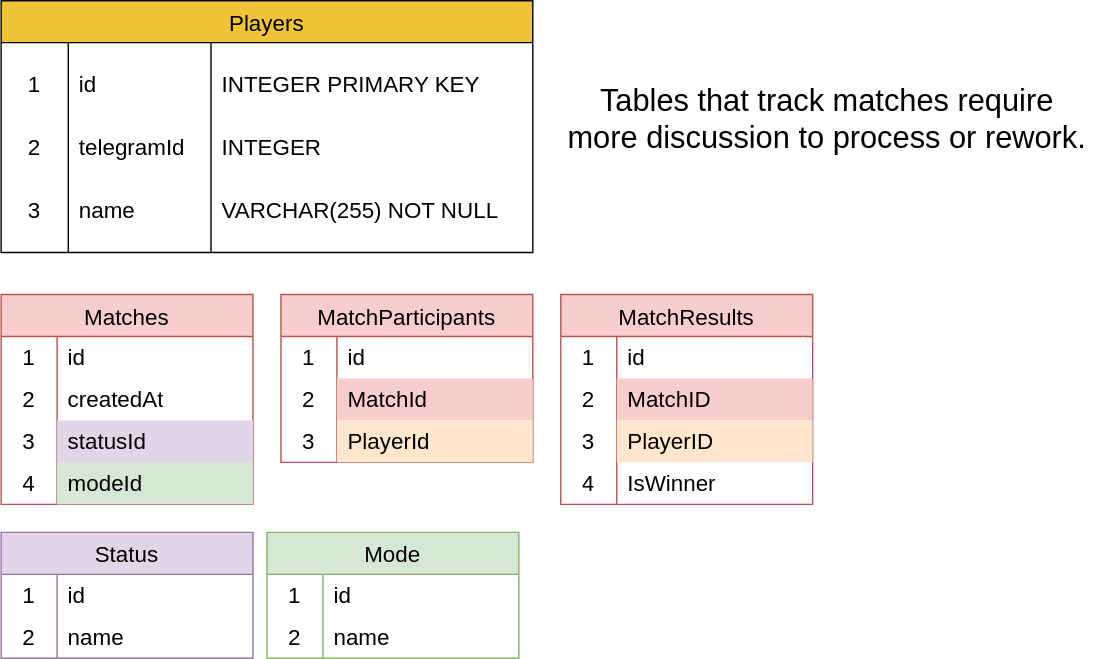
Before: documentation/telegram-tennis-db-diagram.drawio.svg, a diagram exported from draw.io (excelsiooor-apps/dream-team). Source tidied: cells renumbered, new cells last; positions are measured from the earlier drawing's top-left corner, leaving out a move shared by most shapes.
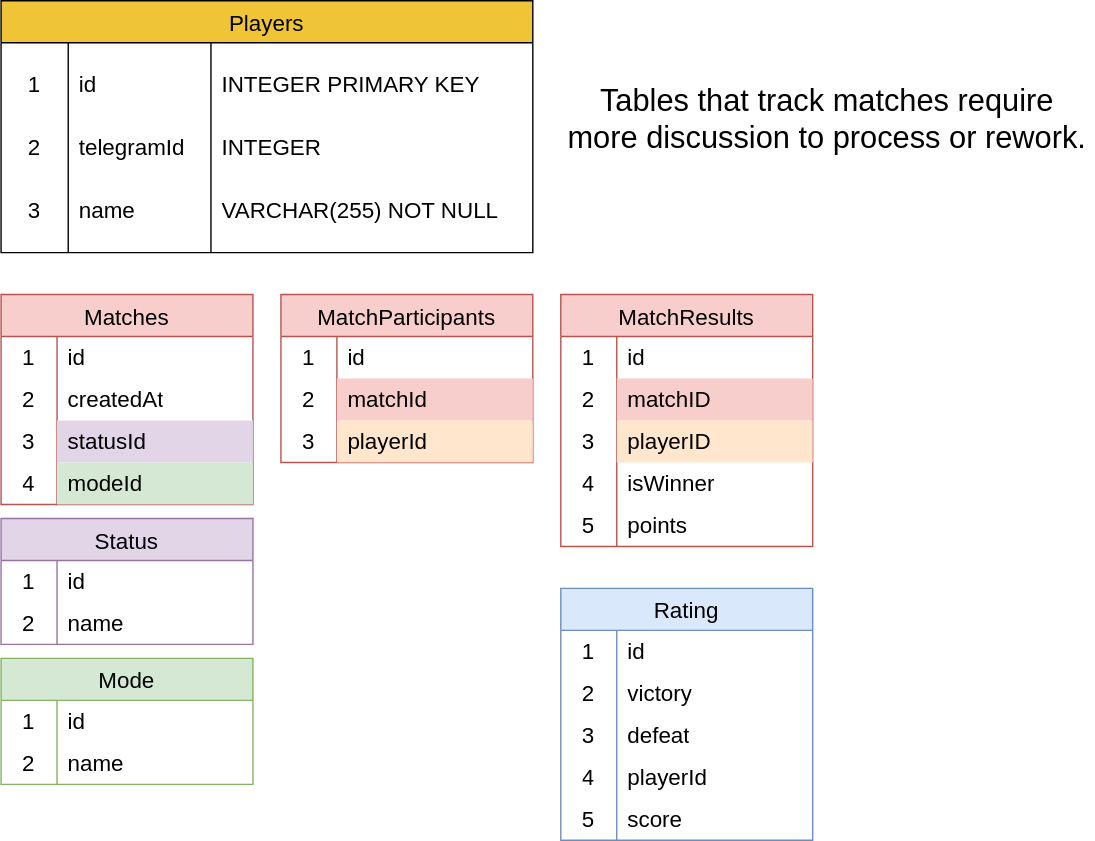
The same file after the commit.

Commit message:
addet Rating table telegram-tennis-db-diagram.drawio.svg

What changed in the source:
```diff
@@ -98,7 +98,7 @@
     <mxCell id="33" value="2" style="shape=partialRectangle;html=1;whiteSpace=wrap;fillColor=none;top=0;left=0;bottom=0;right=0;overflow=hidden;strokeColor=inherit;fontSize=16;" parent="32" vertex="1">
       <mxGeometry width="40" height="30" as="geometry" />
     </mxCell>
-    <mxCell id="34" value="MatchId" style="shape=partialRectangle;html=1;whiteSpace=wrap;fillColor=#f8cecc;top=0;left=0;bottom=0;right=0;align=left;spacingLeft=6;overflow=hidden;strokeColor=#b85450;fontSize=16;" parent="32" vertex="1">
+    <mxCell id="34" value="matchId" style="shape=partialRectangle;html=1;whiteSpace=wrap;fillColor=#f8cecc;top=0;left=0;bottom=0;right=0;align=left;spacingLeft=6;overflow=hidden;strokeColor=#b85450;fontSize=16;" parent="32" vertex="1">
       <mxGeometry x="40" width="140" height="30" as="geometry" />
     </mxCell>
     <mxCell id="35" style="shape=tableRow;horizontal=0;startSize=0;swimlaneHead=0;swimlaneBody=0;top=0;left=0;bottom=0;right=0;fillColor=none;strokeColor=inherit;fontSize=16;" parent="28" vertex="1">
@@ -107,11 +107,11 @@
     <mxCell id="36" value="3" style="shape=partialRectangle;html=1;whiteSpace=wrap;fillColor=none;top=0;left=0;bottom=0;right=0;overflow=hidden;strokeColor=inherit;fontSize=16;" parent="35" vertex="1">
       <mxGeometry width="40" height="30" as="geometry" />
     </mxCell>
-    <mxCell id="37" value="PlayerId" style="shape=partialRectangle;html=1;whiteSpace=wrap;fillColor=#ffe6cc;top=0;left=0;bottom=0;right=0;align=left;spacingLeft=6;overflow=hidden;strokeColor=#d79b00;fontSize=16;" parent="35" vertex="1">
+    <mxCell id="37" value="playerId" style="shape=partialRectangle;html=1;whiteSpace=wrap;fillColor=#ffe6cc;top=0;left=0;bottom=0;right=0;align=left;spacingLeft=6;overflow=hidden;strokeColor=#d79b00;fontSize=16;" parent="35" vertex="1">
       <mxGeometry x="40" width="140" height="30" as="geometry" />
     </mxCell>
     <mxCell id="38" value="MatchResults " style="shape=table;startSize=30;rowLines=0;fontStyle=0;strokeColor=#b85450;fontSize=16;fillColor=#f8cecc;" parent="1" vertex="1">
-      <mxGeometry x="400" y="210" width="180" height="150" as="geometry" />
+      <mxGeometry x="400" y="210" width="180" height="180" as="geometry" />
     </mxCell>
     <mxCell id="39" style="shape=tableRow;horizontal=0;startSize=0;swimlaneHead=0;swimlaneBody=0;top=0;left=0;bottom=0;right=0;fillColor=none;strokeColor=inherit;fontSize=16;" parent="38" vertex="1">
       <mxGeometry y="30" width="180" height="30" as="geometry" />
@@ -128,7 +128,7 @@
     <mxCell id="43" value="2" style="shape=partialRectangle;html=1;whiteSpace=wrap;fillColor=none;top=0;left=0;bottom=0;right=0;overflow=hidden;strokeColor=inherit;fontSize=16;" parent="42" vertex="1">
       <mxGeometry width="40" height="30" as="geometry" />
     </mxCell>
-    <mxCell id="44" value="MatchID " style="shape=partialRectangle;html=1;whiteSpace=wrap;fillColor=#f8cecc;top=0;left=0;bottom=0;right=0;align=left;spacingLeft=6;overflow=hidden;strokeColor=#b85450;fontSize=16;" parent="42" vertex="1">
+    <mxCell id="44" value="matchID " style="shape=partialRectangle;html=1;whiteSpace=wrap;fillColor=#f8cecc;top=0;left=0;bottom=0;right=0;align=left;spacingLeft=6;overflow=hidden;strokeColor=#b85450;fontSize=16;" parent="42" vertex="1">
       <mxGeometry x="40" width="140" height="30" as="geometry" />
     </mxCell>
     <mxCell id="45" style="shape=tableRow;horizontal=0;startSize=0;swimlaneHead=0;swimlaneBody=0;top=0;left=0;bottom=0;right=0;fillColor=none;strokeColor=inherit;fontSize=16;" parent="38" vertex="1">
@@ -137,7 +137,7 @@
     <mxCell id="46" value="3" style="shape=partialRectangle;html=1;whiteSpace=wrap;fillColor=none;top=0;left=0;bottom=0;right=0;overflow=hidden;strokeColor=inherit;fontSize=16;" parent="45" vertex="1">
       <mxGeometry width="40" height="30" as="geometry" />
     </mxCell>
-    <mxCell id="47" value="PlayerID " style="shape=partialRectangle;html=1;whiteSpace=wrap;fillColor=#ffe6cc;top=0;left=0;bottom=0;right=0;align=left;spacingLeft=6;overflow=hidden;strokeColor=#d79b00;fontSize=16;" parent="45" vertex="1">
+    <mxCell id="47" value="playerID " style="shape=partialRectangle;html=1;whiteSpace=wrap;fillColor=#ffe6cc;top=0;left=0;bottom=0;right=0;align=left;spacingLeft=6;overflow=hidden;strokeColor=#d79b00;fontSize=16;" parent="45" vertex="1">
       <mxGeometry x="40" width="140" height="30" as="geometry" />
     </mxCell>
     <mxCell id="48" style="shape=tableRow;horizontal=0;startSize=0;swimlaneHead=0;swimlaneBody=0;top=0;left=0;bottom=0;right=0;fillColor=none;strokeColor=inherit;fontSize=16;" parent="38" vertex="1">
@@ -146,14 +146,23 @@
     <mxCell id="49" value="4" style="shape=partialRectangle;html=1;whiteSpace=wrap;fillColor=none;top=0;left=0;bottom=0;right=0;overflow=hidden;strokeColor=inherit;fontSize=16;" parent="48" vertex="1">
       <mxGeometry width="40" height="30" as="geometry" />
     </mxCell>
-    <mxCell id="50" value="IsWinner " style="shape=partialRectangle;html=1;whiteSpace=wrap;fillColor=none;top=0;left=0;bottom=0;right=0;align=left;spacingLeft=6;overflow=hidden;strokeColor=inherit;fontSize=16;" parent="48" vertex="1">
+    <mxCell id="50" value="isWinner " style="shape=partialRectangle;html=1;whiteSpace=wrap;fillColor=none;top=0;left=0;bottom=0;right=0;align=left;spacingLeft=6;overflow=hidden;strokeColor=inherit;fontSize=16;" parent="48" vertex="1">
       <mxGeometry x="40" width="140" height="30" as="geometry" />
     </mxCell>
+    <mxCell id="66" style="shape=tableRow;horizontal=0;startSize=0;swimlaneHead=0;swimlaneBody=0;top=0;left=0;bottom=0;right=0;fillColor=none;strokeColor=inherit;fontSize=16;" parent="38" vertex="1">
+      <mxGeometry y="150" width="180" height="30" as="geometry" />
+    </mxCell>
+    <mxCell id="67" value="5" style="shape=partialRectangle;html=1;whiteSpace=wrap;fillColor=none;top=0;left=0;bottom=0;right=0;overflow=hidden;strokeColor=inherit;fontSize=16;" parent="66" vertex="1">
+      <mxGeometry width="40" height="30" as="geometry" />
+    </mxCell>
+    <mxCell id="68" value="points" style="shape=partialRectangle;html=1;whiteSpace=wrap;fillColor=none;top=0;left=0;bottom=0;right=0;align=left;spacingLeft=6;overflow=hidden;strokeColor=inherit;fontSize=16;" parent="66" vertex="1">
+      <mxGeometry x="40" width="140" height="30" as="geometry" />
+    </mxCell>
     <mxCell id="51" value="&lt;font style=&quot;font-size: 22px;&quot;&gt;Tables that track matches require more discussion to process or rework.&lt;/font&gt;" style="text;html=1;strokeColor=none;fillColor=none;align=center;verticalAlign=middle;whiteSpace=wrap;rounded=0;" parent="1" vertex="1">
       <mxGeometry x="400" y="20" width="381" height="130" as="geometry" />
     </mxCell>
     <mxCell id="52" value="Status" style="shape=table;startSize=30;rowLines=0;fontStyle=0;strokeColor=#9673a6;fontSize=16;fillColor=#e1d5e7;" parent="1" vertex="1">
-      <mxGeometry y="380" width="180" height="90" as="geometry" />
+      <mxGeometry y="370" width="180" height="90" as="geometry" />
     </mxCell>
     <mxCell id="53" style="shape=tableRow;horizontal=0;startSize=0;swimlaneHead=0;swimlaneBody=0;top=0;left=0;bottom=0;right=0;fillColor=none;strokeColor=inherit;fontSize=16;" parent="52" vertex="1">
       <mxGeometry y="30" width="180" height="30" as="geometry" />
@@ -174,7 +183,7 @@
       <mxGeometry x="40" width="140" height="30" as="geometry" />
     </mxCell>
     <mxCell id="59" value="Mode" style="shape=table;startSize=30;rowLines=0;fontStyle=0;strokeColor=#82b366;fontSize=16;fillColor=#d5e8d4;" parent="1" vertex="1">
-      <mxGeometry x="190" y="380" width="180" height="90" as="geometry" />
+      <mxGeometry y="470" width="180" height="90" as="geometry" />
     </mxCell>
     <mxCell id="60" style="shape=tableRow;horizontal=0;startSize=0;swimlaneHead=0;swimlaneBody=0;top=0;left=0;bottom=0;right=0;fillColor=none;strokeColor=inherit;fontSize=16;" parent="59" vertex="1">
       <mxGeometry y="30" width="180" height="30" as="geometry" />
@@ -194,5 +203,53 @@
     <mxCell id="65" value="name" style="shape=partialRectangle;html=1;whiteSpace=wrap;fillColor=none;top=0;left=0;bottom=0;right=0;align=left;spacingLeft=6;overflow=hidden;strokeColor=inherit;fontSize=16;" parent="63" vertex="1">
       <mxGeometry x="40" width="140" height="30" as="geometry" />
     </mxCell>
+    <mxCell id="69" value="Rating" style="shape=table;startSize=30;rowLines=0;fontStyle=0;strokeColor=#6c8ebf;fontSize=16;fillColor=#dae8fc;" parent="1" vertex="1">
+      <mxGeometry x="400" y="420" width="180" height="180" as="geometry" />
+    </mxCell>
+    <mxCell id="70" style="shape=tableRow;horizontal=0;startSize=0;swimlaneHead=0;swimlaneBody=0;top=0;left=0;bottom=0;right=0;fillColor=none;strokeColor=inherit;fontSize=16;" parent="69" vertex="1">
+      <mxGeometry y="30" width="180" height="30" as="geometry" />
+    </mxCell>
+    <mxCell id="71" value="1" style="shape=partialRectangle;html=1;whiteSpace=wrap;fillColor=none;top=0;left=0;bottom=0;right=0;overflow=hidden;strokeColor=inherit;fontSize=16;" parent="70" vertex="1">
+      <mxGeometry width="40" height="30" as="geometry" />
+    </mxCell>
+    <mxCell id="72" value="id" style="shape=partialRectangle;html=1;whiteSpace=wrap;fillColor=none;top=0;left=0;bottom=0;right=0;align=left;spacingLeft=6;overflow=hidden;strokeColor=inherit;fontSize=16;" parent="70" vertex="1">
+      <mxGeometry x="40" width="140" height="30" as="geometry" />
+    </mxCell>
+    <mxCell id="73" style="shape=tableRow;horizontal=0;startSize=0;swimlaneHead=0;swimlaneBody=0;top=0;left=0;bottom=0;right=0;fillColor=none;strokeColor=inherit;fontSize=16;" parent="69" vertex="1">
+      <mxGeometry y="60" width="180" height="30" as="geometry" />
+    </mxCell>
+    <mxCell id="74" value="2" style="shape=partialRectangle;html=1;whiteSpace=wrap;fillColor=none;top=0;left=0;bottom=0;right=0;overflow=hidden;strokeColor=inherit;fontSize=16;" parent="73" vertex="1">
+      <mxGeometry width="40" height="30" as="geometry" />
+    </mxCell>
+    <mxCell id="75" value="victory" style="shape=partialRectangle;html=1;whiteSpace=wrap;fillColor=none;top=0;left=0;bottom=0;right=0;align=left;spacingLeft=6;overflow=hidden;strokeColor=inherit;fontSize=16;" parent="73" vertex="1">
+      <mxGeometry x="40" width="140" height="30" as="geometry" />
+    </mxCell>
+    <mxCell id="76" style="shape=tableRow;horizontal=0;startSize=0;swimlaneHead=0;swimlaneBody=0;top=0;left=0;bottom=0;right=0;fillColor=none;strokeColor=inherit;fontSize=16;" parent="69" vertex="1">
+      <mxGeometry y="90" width="180" height="30" as="geometry" />
+    </mxCell>
+    <mxCell id="77" value="3" style="shape=partialRectangle;html=1;whiteSpace=wrap;fillColor=none;top=0;left=0;bottom=0;right=0;overflow=hidden;strokeColor=inherit;fontSize=16;" parent="76" vertex="1">
+      <mxGeometry width="40" height="30" as="geometry" />
+    </mxCell>
+    <mxCell id="78" value="defeat" style="shape=partialRectangle;html=1;whiteSpace=wrap;fillColor=none;top=0;left=0;bottom=0;right=0;align=left;spacingLeft=6;overflow=hidden;strokeColor=inherit;fontSize=16;" parent="76" vertex="1">
+      <mxGeometry x="40" width="140" height="30" as="geometry" />
+    </mxCell>
+    <mxCell id="79" style="shape=tableRow;horizontal=0;startSize=0;swimlaneHead=0;swimlaneBody=0;top=0;left=0;bottom=0;right=0;fillColor=none;strokeColor=inherit;fontSize=16;" parent="69" vertex="1">
+      <mxGeometry y="120" width="180" height="30" as="geometry" />
+    </mxCell>
+    <mxCell id="80" value="4" style="shape=partialRectangle;html=1;whiteSpace=wrap;fillColor=none;top=0;left=0;bottom=0;right=0;overflow=hidden;strokeColor=inherit;fontSize=16;" parent="79" vertex="1">
+      <mxGeometry width="40" height="30" as="geometry" />
+    </mxCell>
+    <mxCell id="81" value="playerId" style="shape=partialRectangle;html=1;whiteSpace=wrap;fillColor=none;top=0;left=0;bottom=0;right=0;align=left;spacingLeft=6;overflow=hidden;strokeColor=inherit;fontSize=16;" parent="79" vertex="1">
+      <mxGeometry x="40" width="140" height="30" as="geometry" />
+    </mxCell>
+    <mxCell id="82" style="shape=tableRow;horizontal=0;startSize=0;swimlaneHead=0;swimlaneBody=0;top=0;left=0;bottom=0;right=0;fillColor=none;strokeColor=inherit;fontSize=16;" parent="69" vertex="1">
+      <mxGeometry y="150" width="180" height="30" as="geometry" />
+    </mxCell>
+    <mxCell id="83" value="5" style="shape=partialRectangle;html=1;whiteSpace=wrap;fillColor=none;top=0;left=0;bottom=0;right=0;overflow=hidden;strokeColor=inherit;fontSize=16;" parent="82" vertex="1">
+      <mxGeometry width="40" height="30" as="geometry" />
+    </mxCell>
+    <mxCell id="84" value="score" style="shape=partialRectangle;html=1;whiteSpace=wrap;fillColor=none;top=0;left=0;bottom=0;right=0;align=left;spacingLeft=6;overflow=hidden;strokeColor=inherit;fontSize=16;" parent="82" vertex="1">
+      <mxGeometry x="40" width="140" height="30" as="geometry" />
+    </mxCell>
   </root>
 </mxGraphModel>
```
